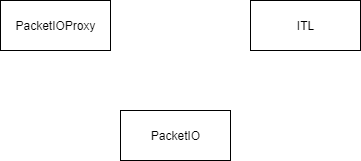
Earlier version of the draw.io export UML/Pcap.drawio.png (Steve888888/FN-Redundancy). Source tidied: cells renumbered, new cells last; positions are measured from the earlier drawing's top-left corner, leaving out a move shared by most shapes.
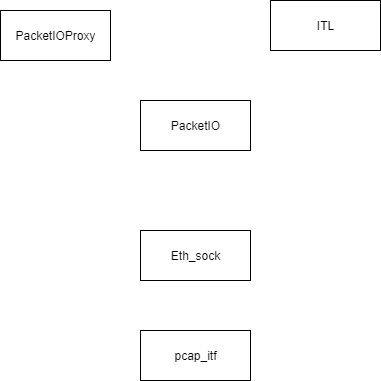
Above is the later version.

The edit, as a diff of the source:
```diff
@@ -3,13 +3,19 @@
     <mxCell id="0" />
     <mxCell id="1" parent="0" />
     <mxCell id="2" value="PacketIO" style="html=1;whiteSpace=wrap;" parent="1" vertex="1">
-      <mxGeometry x="120" y="110" width="110" height="50" as="geometry" />
+      <mxGeometry x="120" y="20" width="110" height="50" as="geometry" />
     </mxCell>
     <mxCell id="3" value="PacketIOProxy" style="html=1;whiteSpace=wrap;" parent="1" vertex="1">
-      <mxGeometry width="110" height="50" as="geometry" />
+      <mxGeometry x="-20" y="-70" width="110" height="50" as="geometry" />
     </mxCell>
     <mxCell id="4" value="ITL" style="html=1;whiteSpace=wrap;" parent="1" vertex="1">
-      <mxGeometry x="250" width="110" height="50" as="geometry" />
+      <mxGeometry x="250" y="-80" width="110" height="50" as="geometry" />
     </mxCell>
+    <mxCell id="5" value="Eth_sock" style="html=1;whiteSpace=wrap;" parent="1" vertex="1">
+      <mxGeometry x="120" y="150" width="110" height="50" as="geometry" />
+    </mxCell>
+    <mxCell id="6" value="pcap_itf" style="html=1;whiteSpace=wrap;" parent="1" vertex="1">
+      <mxGeometry x="120" y="250" width="110" height="50" as="geometry" />
+    </mxCell>
   </root>
 </mxGraphModel>
```
